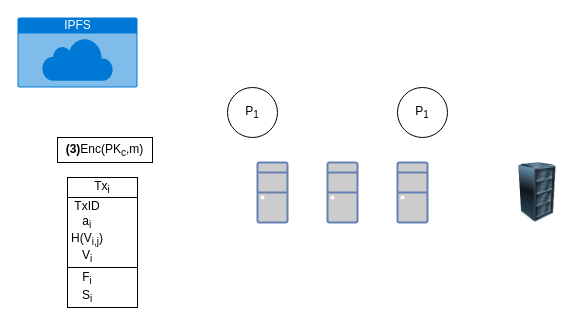
zpskt/myDockerStudy keeps this draw.io diagram as k8s_example/hellogo/Untitled Diagram.drawio. Above is the earlier version. Source tidied: cells renumbered, new cells numbered last; positions are measured from the earlier drawing's top-left corner, leaving out a move shared by most shapes. Both pictures are drawn from the tidied source at 100%, with x=0, y=0 at pixel (17, 17).
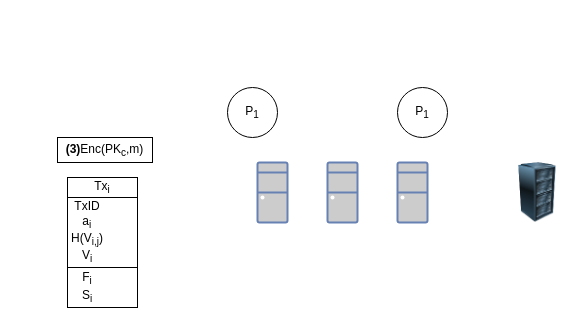
The same diagram, later.

What changed in the source:
```diff
@@
 <mxGraphModel>
   <root>
     <mxCell id="0" />
     <mxCell id="1" parent="0" />
     <mxCell id="2" value="P&lt;sub&gt;1&lt;/sub&gt;" style="ellipse;whiteSpace=wrap;html=1;" parent="1" vertex="1">
       <mxGeometry x="210" y="70" width="50" height="50" as="geometry" />
     </mxCell>
-    <mxCell id="3" value="IPFS" style="html=1;strokeColor=none;fillColor=#0079D6;labelPosition=center;verticalLabelPosition=middle;verticalAlign=top;align=center;fontSize=12;spacingTop=-6;fontColor=#FFFFFF;sketch=0;shape=mxgraph.sitemap.cloud;" parent="1" vertex="1">
-      <mxGeometry width="120" height="70" as="geometry" />
-    </mxCell>
     <mxCell id="4" style="image;html=1;image=img/lib/clip_art/computers/Server_Rack_128x128.png;" parent="1" vertex="1">
       <mxGeometry x="495" y="145" width="50" height="60" as="geometry" />
     </mxCell>
     <mxCell id="5" style="fontColor=#0066CC;verticalAlign=top;verticalLabelPosition=bottom;labelPosition=center;align=center;html=1;fillColor=#CCCCCC;strokeColor=#6881B3;gradientColor=none;gradientDirection=north;strokeWidth=2;shape=mxgraph.networks.desktop_pc;" parent="1" vertex="1">
       <mxGeometry x="240" y="145" width="30" height="60" as="geometry" />
     </mxCell>
     <mxCell id="6" style="fontColor=#0066CC;verticalAlign=top;verticalLabelPosition=bottom;labelPosition=center;align=center;html=1;fillColor=#CCCCCC;strokeColor=#6881B3;gradientColor=none;gradientDirection=north;strokeWidth=2;shape=mxgraph.networks.desktop_pc;" parent="1" vertex="1">
       <mxGeometry x="310" y="145" width="30" height="60" as="geometry" />
     </mxCell>
     <mxCell id="7" style="fontColor=#0066CC;verticalAlign=top;verticalLabelPosition=bottom;labelPosition=center;align=center;html=1;fillColor=#CCCCCC;strokeColor=#6881B3;gradientColor=none;gradientDirection=north;strokeWidth=2;shape=mxgraph.networks.desktop_pc;" parent="1" vertex="1">
       <mxGeometry x="380" y="145" width="30" height="60" as="geometry" />
     </mxCell>
     <mxCell id="8" value="P&lt;sub&gt;1&lt;/sub&gt;" style="ellipse;whiteSpace=wrap;html=1;" parent="1" vertex="1">
       <mxGeometry x="380" y="70" width="50" height="50" as="geometry" />
     </mxCell>
     <mxCell id="9" style="group;" parent="1" vertex="1">
       <mxGeometry x="40" y="160" width="80" height="130" as="geometry" />
     </mxCell>
     <mxCell id="10" style="rounded=0;whiteSpace=wrap;html=1;" parent="9" vertex="1">
       <mxGeometry x="10" y="20" width="70" height="70" as="geometry" />
     </mxCell>
     <mxCell id="11" style="rounded=0;whiteSpace=wrap;html=1;" parent="9" vertex="1">
       <mxGeometry x="10" y="90" width="70" height="40" as="geometry" />
     </mxCell>
     <mxCell id="12" value="Tx&lt;sub&gt;i&lt;/sub&gt;" style="rounded=0;whiteSpace=wrap;html=1;" parent="9" vertex="1">
       <mxGeometry x="10" width="70" height="20" as="geometry" />
     </mxCell>
     <mxCell id="13" value="&lt;div class=&quot;mind-clipboard&quot;&gt;&lt;div&gt;TxID&lt;/div&gt;&lt;div&gt;&lt;span class=&quot;equation-text&quot;&gt;&lt;span&gt;&lt;span class=&quot;katex&quot;&gt;&lt;span class=&quot;katex-html&quot;&gt;&lt;span class=&quot;base&quot;&gt;&lt;span class=&quot;mord&quot;&gt;&lt;span class=&quot;msupsub&quot;&gt;&lt;span class=&quot;vlist-t vlist-t2&quot;&gt;&lt;span class=&quot;vlist-r&quot;&gt;&lt;span class=&quot;vlist-s&quot;&gt;&lt;/span&gt;&lt;/span&gt;&lt;span class=&quot;vlist-r&quot;&gt;&lt;span class=&quot;vlist&quot; style=&quot;height: 0.15em&quot;&gt;&lt;span&gt;&lt;/span&gt;&lt;/span&gt;&lt;/span&gt;&lt;/span&gt;&lt;/span&gt;&lt;/span&gt;&lt;span class=&quot;mord&quot;&gt;&lt;span class=&quot;mord mathdefault&quot;&gt;a&lt;/span&gt;&lt;span class=&quot;msupsub&quot;&gt;&lt;span class=&quot;vlist-t vlist-t2&quot;&gt;&lt;span class=&quot;vlist-r&quot;&gt;&lt;sub&gt;&lt;span class=&quot;vlist&quot; style=&quot;height: 0.31166399999999994em&quot;&gt;&lt;span style=&quot;top: -2.5500000000000003em ; margin-left: 0em ; margin-right: 0.05em&quot;&gt;&lt;span class=&quot;pstrut&quot; style=&quot;height: 2.7em&quot;&gt;&lt;/span&gt;&lt;span class=&quot;sizing reset-size6 size3 mtight&quot;&gt;&lt;span class=&quot;mord mathdefault mtight&quot;&gt;i&lt;/span&gt;&lt;/span&gt;&lt;/span&gt;&lt;/span&gt;&lt;span class=&quot;vlist-s&quot;&gt;&lt;/span&gt;&lt;/sub&gt;&lt;/span&gt;&lt;/span&gt;&lt;/span&gt;&lt;/span&gt;&lt;span class=&quot;mord&quot;&gt;&lt;span class=&quot;msupsub&quot;&gt;&lt;span class=&quot;vlist-t vlist-t2&quot;&gt;&lt;span class=&quot;vlist-r&quot;&gt;&lt;span class=&quot;vlist-s&quot;&gt;&lt;/span&gt;&lt;/span&gt;&lt;span class=&quot;vlist-r&quot;&gt;&lt;span class=&quot;vlist&quot; style=&quot;height: 0.15em&quot;&gt;&lt;span&gt;&lt;/span&gt;&lt;/span&gt;&lt;/span&gt;&lt;/span&gt;&lt;/span&gt;&lt;/span&gt;&lt;/span&gt;&lt;/span&gt;&lt;/span&gt;&lt;/span&gt;&lt;span&gt;&lt;/span&gt;&lt;/span&gt;&lt;br&gt;&lt;/div&gt;&lt;div&gt;H(V&lt;sub&gt;i,j&lt;/sub&gt;)&lt;/div&gt;&lt;div&gt;V&lt;span class=&quot;equation-text&quot;&gt;&lt;span&gt;&lt;span class=&quot;katex&quot;&gt;&lt;span class=&quot;katex-mathml&quot;&gt;&lt;sub&gt;i&lt;/sub&gt;&lt;/span&gt;&lt;/span&gt;&lt;/span&gt;&lt;span&gt;&lt;/span&gt;&lt;/span&gt;&lt;/div&gt;&lt;/div&gt;" style="text;html=1;strokeColor=none;fillColor=none;align=center;verticalAlign=middle;whiteSpace=wrap;rounded=0;" parent="9" vertex="1">
       <mxGeometry x="5" y="10" width="50" height="90" as="geometry" />
     </mxCell>
     <mxCell id="14" value="&lt;div class=&quot;mind-clipboard&quot;&gt;F&lt;span class=&quot;equation-text&quot;&gt;&lt;span&gt;&lt;span class=&quot;katex&quot;&gt;&lt;span class=&quot;katex-mathml&quot;&gt;&lt;sub&gt;i&lt;/sub&gt;&lt;/span&gt;&lt;/span&gt;&lt;/span&gt;&lt;/span&gt;&lt;div&gt;S&lt;sub&gt;i&lt;/sub&gt;&lt;/div&gt;&lt;/div&gt;" style="text;html=1;strokeColor=none;fillColor=none;align=center;verticalAlign=middle;whiteSpace=wrap;rounded=0;" parent="9" vertex="1">
       <mxGeometry y="95" width="60" height="30" as="geometry" />
     </mxCell>
     <mxCell id="15" value="&lt;div class=&quot;mind-clipboard&quot;&gt;&lt;b&gt;(3)&lt;/b&gt;Enc(&lt;span class=&quot;equation-text&quot;&gt;&lt;span class=&quot;katex&quot;&gt;&lt;span class=&quot;katex-mathml&quot;&gt;PK&lt;sub&gt;c&lt;/sub&gt;&lt;/span&gt;&lt;/span&gt;&lt;/span&gt;&lt;span&gt;,m)&lt;/span&gt;&lt;/div&gt;" style="rounded=0;whiteSpace=wrap;html=1;" parent="1" vertex="1">
       <mxGeometry x="40" y="120" width="95" height="25" as="geometry" />
     </mxCell>
   </root>
 </mxGraphModel>
```
